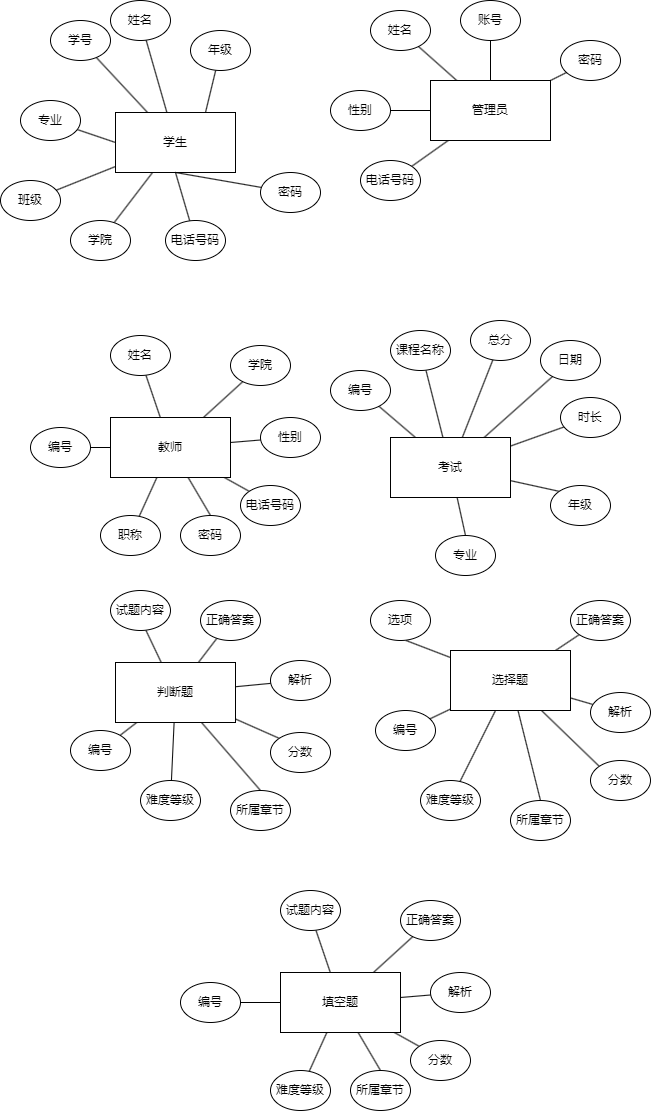
Above: 实体及属性.drawio.png in JackeyTower/pic-work (draw.io), before the change. Source tidied: cells renumbered, new cells last; positions are measured from the earlier drawing's top-left corner, leaving out a move shared by most shapes.
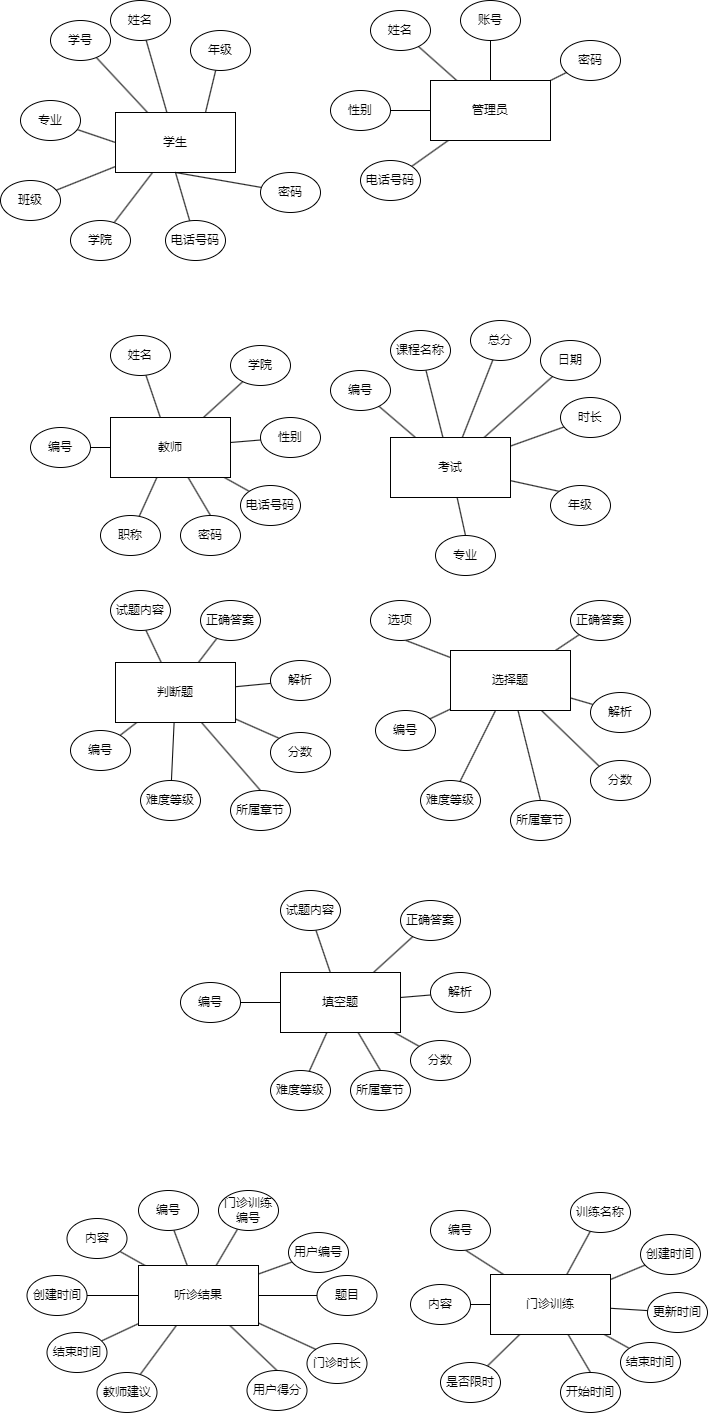
Above is the later version.

Commit message:
更新实体及属性.drawio.png

The edit, as a diff of the source:
```diff
@@ -311,5 +311,119 @@
     <mxCell id="104" value="难度等级" style="ellipse;whiteSpace=wrap;html=1;" parent="1" vertex="1">
       <mxGeometry x="270" y="1070" width="60" height="40" as="geometry" />
     </mxCell>
+    <mxCell id="105" style="rounded=0;jettySize=auto;html=1;endArrow=none;endFill=0;entryX=0.592;entryY=1;entryDx=0;entryDy=0;entryPerimeter=0;" parent="1" edge="1" source="113" target="115">
+      <mxGeometry relative="1" as="geometry" />
+    </mxCell>
+    <mxCell id="106" style="rounded=0;jettySize=auto;html=1;endArrow=none;endFill=0;" parent="1" edge="1" source="113" target="114">
+      <mxGeometry relative="1" as="geometry" />
+    </mxCell>
+    <mxCell id="107" style="rounded=0;jettySize=auto;html=1;endArrow=none;endFill=0;" parent="1" edge="1" source="113" target="116">
+      <mxGeometry relative="1" as="geometry" />
+    </mxCell>
+    <mxCell id="108" style="rounded=0;jettySize=auto;html=1;endArrow=none;endFill=0;" parent="1" edge="1" source="113" target="119">
+      <mxGeometry relative="1" as="geometry" />
+    </mxCell>
+    <mxCell id="109" style="rounded=0;jettySize=auto;html=1;entryX=0.5;entryY=0;entryDx=0;entryDy=0;endArrow=none;endFill=0;" parent="1" edge="1" source="113" target="118">
+      <mxGeometry relative="1" as="geometry" />
+    </mxCell>
+    <mxCell id="110" style="rounded=0;jettySize=auto;html=1;entryX=0;entryY=0;entryDx=0;entryDy=0;endArrow=none;endFill=0;" parent="1" edge="1" source="113" target="117">
+      <mxGeometry relative="1" as="geometry" />
+    </mxCell>
+    <mxCell id="111" style="rounded=0;jettySize=auto;html=1;endArrow=none;endFill=0;" parent="1" edge="1" source="113" target="120">
+      <mxGeometry relative="1" as="geometry" />
+    </mxCell>
+    <mxCell id="112" style="rounded=0;jettySize=auto;html=1;endArrow=none;endFill=0;" parent="1" edge="1" source="113" target="121">
+      <mxGeometry relative="1" as="geometry" />
+    </mxCell>
+    <mxCell id="113" value="门诊训练" style="rounded=0;whiteSpace=wrap;html=1;" parent="1" vertex="1">
+      <mxGeometry x="490" y="1274" width="120" height="60" as="geometry" />
+    </mxCell>
+    <mxCell id="114" value="训练名称" style="ellipse;whiteSpace=wrap;html=1;" parent="1" vertex="1">
+      <mxGeometry x="570" y="1192" width="60" height="40" as="geometry" />
+    </mxCell>
+    <mxCell id="115" value="编号" style="ellipse;whiteSpace=wrap;html=1;" parent="1" vertex="1">
+      <mxGeometry x="430" y="1210" width="60" height="40" as="geometry" />
+    </mxCell>
+    <mxCell id="116" value="内容" style="ellipse;whiteSpace=wrap;html=1;" parent="1" vertex="1">
+      <mxGeometry x="410" y="1284" width="60" height="40" as="geometry" />
+    </mxCell>
+    <mxCell id="117" value="结束时间" style="ellipse;whiteSpace=wrap;html=1;" parent="1" vertex="1">
+      <mxGeometry x="620" y="1342" width="60" height="40" as="geometry" />
+    </mxCell>
+    <mxCell id="118" value="开始时间" style="ellipse;whiteSpace=wrap;html=1;" parent="1" vertex="1">
+      <mxGeometry x="560" y="1372" width="60" height="40" as="geometry" />
+    </mxCell>
+    <mxCell id="119" value="是否限时" style="ellipse;whiteSpace=wrap;html=1;" parent="1" vertex="1">
+      <mxGeometry x="440" y="1362" width="60" height="40" as="geometry" />
+    </mxCell>
+    <mxCell id="120" value="创建时间" style="ellipse;whiteSpace=wrap;html=1;" parent="1" vertex="1">
+      <mxGeometry x="640" y="1234" width="60" height="40" as="geometry" />
+    </mxCell>
+    <mxCell id="121" value="更新时间" style="ellipse;whiteSpace=wrap;html=1;" parent="1" vertex="1">
+      <mxGeometry x="647" y="1292" width="60" height="40" as="geometry" />
+    </mxCell>
+    <mxCell id="122" style="rounded=0;jettySize=auto;html=1;endArrow=none;endFill=0;entryX=0.592;entryY=1;entryDx=0;entryDy=0;entryPerimeter=0;" parent="1" edge="1" source="132" target="134">
+      <mxGeometry relative="1" as="geometry" />
+    </mxCell>
+    <mxCell id="123" style="rounded=0;jettySize=auto;html=1;endArrow=none;endFill=0;" parent="1" edge="1" source="132" target="133">
+      <mxGeometry relative="1" as="geometry" />
+    </mxCell>
+    <mxCell id="124" style="rounded=0;jettySize=auto;html=1;endArrow=none;endFill=0;" parent="1" edge="1" source="132" target="135">
+      <mxGeometry relative="1" as="geometry" />
+    </mxCell>
+    <mxCell id="125" style="rounded=0;jettySize=auto;html=1;endArrow=none;endFill=0;" parent="1" edge="1" source="132" target="138">
+      <mxGeometry relative="1" as="geometry" />
+    </mxCell>
+    <mxCell id="126" style="rounded=0;jettySize=auto;html=1;entryX=0.5;entryY=0;entryDx=0;entryDy=0;endArrow=none;endFill=0;" parent="1" edge="1" source="132" target="137">
+      <mxGeometry relative="1" as="geometry" />
+    </mxCell>
+    <mxCell id="127" style="rounded=0;jettySize=auto;html=1;entryX=0;entryY=0;entryDx=0;entryDy=0;endArrow=none;endFill=0;" parent="1" edge="1" source="132" target="136">
+      <mxGeometry relative="1" as="geometry" />
+    </mxCell>
+    <mxCell id="128" style="rounded=0;jettySize=auto;html=1;endArrow=none;endFill=0;" parent="1" edge="1" source="132" target="139">
+      <mxGeometry relative="1" as="geometry" />
+    </mxCell>
+    <mxCell id="129" style="rounded=0;jettySize=auto;html=1;endArrow=none;endFill=0;" parent="1" edge="1" source="132" target="140">
+      <mxGeometry relative="1" as="geometry" />
+    </mxCell>
+    <mxCell id="130" style="rounded=0;jettySize=auto;html=1;endArrow=none;endFill=0;" parent="1" edge="1" source="132" target="141">
+      <mxGeometry relative="1" as="geometry" />
+    </mxCell>
+    <mxCell id="131" style="rounded=0;jettySize=auto;html=1;endArrow=none;endFill=0;" parent="1" edge="1" source="132" target="142">
+      <mxGeometry relative="1" as="geometry" />
+    </mxCell>
+    <mxCell id="132" value="听诊结果" style="rounded=0;whiteSpace=wrap;html=1;" parent="1" vertex="1">
+      <mxGeometry x="138" y="1265" width="120" height="60" as="geometry" />
+    </mxCell>
+    <mxCell id="133" value="门诊训练编号" style="ellipse;whiteSpace=wrap;html=1;" parent="1" vertex="1">
+      <mxGeometry x="218" y="1190" width="60" height="40" as="geometry" />
+    </mxCell>
+    <mxCell id="134" value="编号" style="ellipse;whiteSpace=wrap;html=1;" parent="1" vertex="1">
+      <mxGeometry x="138" y="1190" width="60" height="40" as="geometry" />
+    </mxCell>
+    <mxCell id="135" value="内容" style="ellipse;whiteSpace=wrap;html=1;" parent="1" vertex="1">
+      <mxGeometry x="66.5" y="1218" width="60" height="40" as="geometry" />
+    </mxCell>
+    <mxCell id="136" value="门诊时长" style="ellipse;whiteSpace=wrap;html=1;" parent="1" vertex="1">
+      <mxGeometry x="306.5" y="1343" width="60" height="40" as="geometry" />
+    </mxCell>
+    <mxCell id="137" value="用户得分" style="ellipse;whiteSpace=wrap;html=1;" parent="1" vertex="1">
+      <mxGeometry x="246.5" y="1370" width="60" height="40" as="geometry" />
+    </mxCell>
+    <mxCell id="138" value="教师建议" style="ellipse;whiteSpace=wrap;html=1;" parent="1" vertex="1">
+      <mxGeometry x="96.5" y="1372" width="60" height="40" as="geometry" />
+    </mxCell>
+    <mxCell id="139" value="用户编号" style="ellipse;whiteSpace=wrap;html=1;" parent="1" vertex="1">
+      <mxGeometry x="288" y="1232" width="60" height="40" as="geometry" />
+    </mxCell>
+    <mxCell id="140" value="题目" style="ellipse;whiteSpace=wrap;html=1;" parent="1" vertex="1">
+      <mxGeometry x="316.5" y="1275" width="60" height="40" as="geometry" />
+    </mxCell>
+    <mxCell id="141" value="创建时间" style="ellipse;whiteSpace=wrap;html=1;" parent="1" vertex="1">
+      <mxGeometry x="26.5" y="1275" width="60" height="40" as="geometry" />
+    </mxCell>
+    <mxCell id="142" value="结束时间" style="ellipse;whiteSpace=wrap;html=1;" parent="1" vertex="1">
+      <mxGeometry x="46.5" y="1332" width="60" height="40" as="geometry" />
+    </mxCell>
   </root>
 </mxGraphModel>
```
